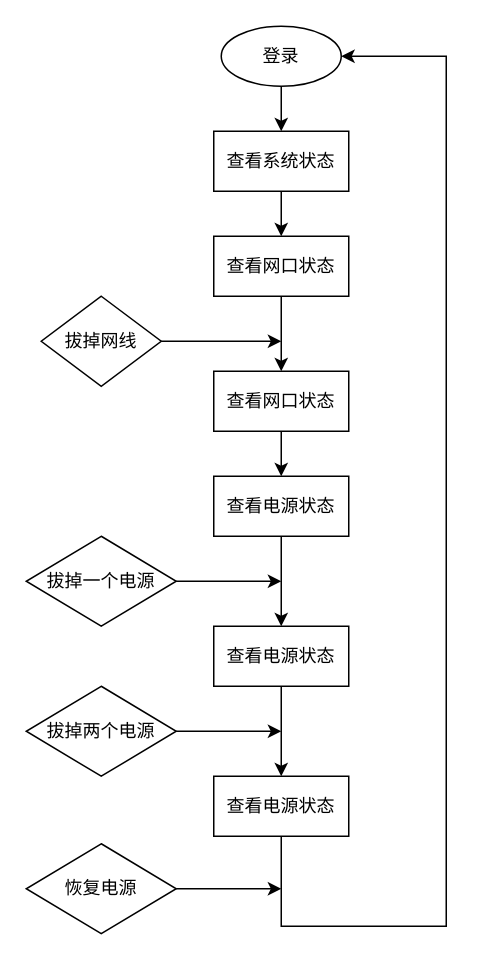
Above: aqfh/零信任/1.drawio in baibaip/diagrams (draw.io), before the change. Source tidied: cells renumbered, new cells numbered last; positions are measured from the earlier drawing's top-left corner, leaving out a move shared by most shapes. Both pictures are drawn from the tidied source at 150%, with x=0, y=0 at pixel (26, 26).
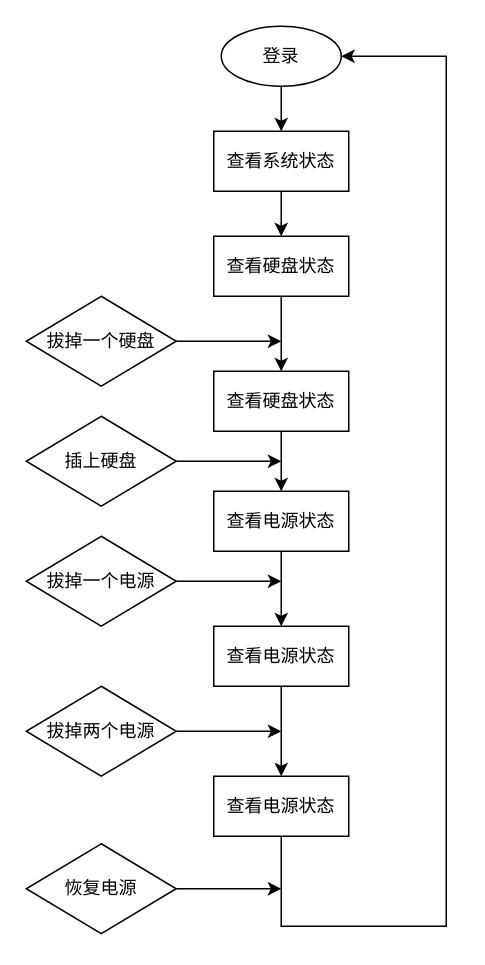
The same page after the edit.

The edit, as a diff of the source:
```diff
@@
-    <mxCell id="7" value="查看网口状态" style="rounded=0;whiteSpace=wrap;html=1;" parent="1" vertex="1">
+    <mxCell id="7" value="查看硬盘状态" style="rounded=0;whiteSpace=wrap;html=1;" parent="1" vertex="1">
       <mxGeometry x="125" y="140" width="90" height="40" as="geometry" />
     </mxCell>
-    <mxCell id="8" style="edgeStyle=orthogonalEdgeStyle;rounded=0;jettySize=auto;html=1;exitX=1;exitY=0.5;exitDx=0;exitDy=0;" parent="1" edge="1" source="9">
+    <mxCell id="8" style="edgeStyle=orthogonalEdgeStyle;rounded=0;orthogonalLoop=1;jettySize=auto;html=1;exitX=1;exitY=0.5;exitDx=0;exitDy=0;" parent="1" edge="1">
       <mxGeometry relative="1" as="geometry">
+        <mxPoint x="90" y="210" as="sourcePoint" />
         <mxPoint x="170" y="210" as="targetPoint" />
       </mxGeometry>
     </mxCell>
-    <mxCell id="9" value="拔掉网线" style="rhombus;whiteSpace=wrap;html=1;" parent="1" vertex="1">
-      <mxGeometry x="10" y="180" width="80" height="60" as="geometry" />
-    </mxCell>
-    <mxCell id="10" style="edgeStyle=orthogonalEdgeStyle;rounded=0;jettySize=auto;html=1;exitX=0.5;exitY=1;exitDx=0;exitDy=0;" parent="1" edge="1" source="11">
-      <mxGeometry relative="1" as="geometry">
-        <mxPoint x="170" y="300" as="targetPoint" />
-      </mxGeometry>
+    <mxCell id="10" style="edgeStyle=orthogonalEdgeStyle;rounded=0;jettySize=auto;html=1;exitX=0.5;exitY=1;exitDx=0;exitDy=0;entryX=0.5;entryY=0;entryDx=0;entryDy=0;" parent="1" edge="1" source="11" target="13">
+      <mxGeometry relative="1" as="geometry" />
     </mxCell>
-    <mxCell id="11" value="查看网口状态" style="rounded=0;whiteSpace=wrap;html=1;" parent="1" vertex="1">
+    <mxCell id="11" value="查看硬盘状态" style="rounded=0;whiteSpace=wrap;html=1;" parent="1" vertex="1">
       <mxGeometry x="125" y="230" width="90" height="40" as="geometry" />
     </mxCell>
@@
     <mxCell id="13" value="查看电源状态" style="rounded=0;whiteSpace=wrap;html=1;" parent="1" vertex="1">
-      <mxGeometry x="125" y="300" width="90" height="40" as="geometry" />
+      <mxGeometry x="125" y="310" width="90" height="40" as="geometry" />
     </mxCell>
@@
+    <mxCell id="24" value="拔掉一个硬盘" style="rhombus;whiteSpace=wrap;html=1;" parent="1" vertex="1">
+      <mxGeometry y="180" width="100" height="60" as="geometry" />
+    </mxCell>
+    <mxCell id="25" style="edgeStyle=orthogonalEdgeStyle;rounded=0;jettySize=auto;html=1;exitX=1;exitY=0.5;exitDx=0;exitDy=0;" parent="1" edge="1" source="26">
+      <mxGeometry relative="1" as="geometry">
+        <mxPoint x="170" y="290" as="targetPoint" />
+      </mxGeometry>
+    </mxCell>
+    <mxCell id="26" value="插上硬盘" style="rhombus;whiteSpace=wrap;html=1;" parent="1" vertex="1">
+      <mxGeometry y="260" width="100" height="60" as="geometry" />
+    </mxCell>
```
